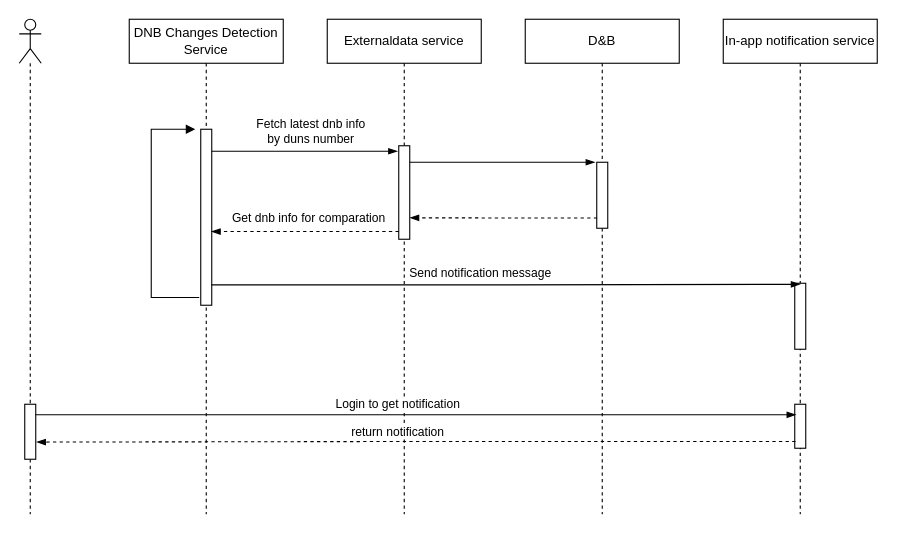
huangshijie/Drawio keeps this draw.io diagram as Untitled Diagram.drawio. Above is the earlier version. Source tidied: cells renumbered, new cells numbered last; positions are measured from the earlier drawing's top-left corner, leaving out a move shared by most shapes. Both pictures are drawn from the tidied source at 110%, with x=0, y=0 at pixel (19, 19).
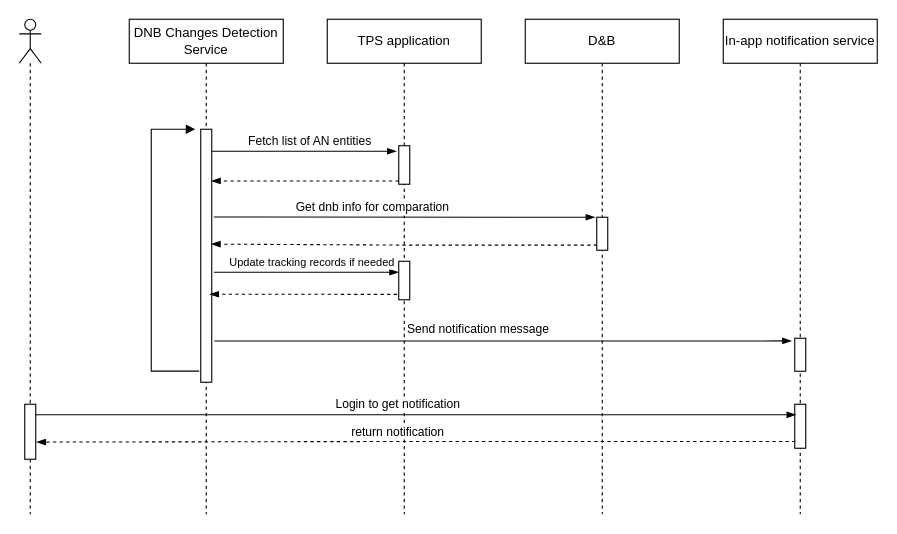
After the change.

Unchanged cells that the change refers to:
```xml
<mxCell id="5" value="&lt;font style=&quot;font-size: 12px;&quot;&gt;DNB Changes Detection Service&lt;/font&gt;" style="shape=umlLifeline;perimeter=lifelinePerimeter;whiteSpace=wrap;html=1;" parent="1" vertex="1">
  <mxGeometry x="100" width="140" height="450" as="geometry" />
</mxCell>
<mxCell id="10" value="D&amp;amp;B" style="shape=umlLifeline;perimeter=lifelinePerimeter;whiteSpace=wrap;html=1;" parent="1" vertex="1">
  <mxGeometry x="460" width="140" height="450" as="geometry" />
</mxCell>
<mxCell id="12" value="In-app notification service" style="shape=umlLifeline;perimeter=lifelinePerimeter;whiteSpace=wrap;html=1;" parent="1" vertex="1">
  <mxGeometry x="640" width="140" height="450" as="geometry" />
</mxCell>
```

Diff of the diagram source:
```diff
@@
-    <mxCell id="2" value="Externaldata service" style="shape=umlLifeline;perimeter=lifelinePerimeter;whiteSpace=wrap;html=1;" parent="1" vertex="1">
+    <mxCell id="2" value="TPS application" style="shape=umlLifeline;perimeter=lifelinePerimeter;whiteSpace=wrap;html=1;" parent="1" vertex="1">
       <mxGeometry x="280" width="140" height="450" as="geometry" />
     </mxCell>
     <mxCell id="3" style="html=1;points=[];perimeter=orthogonalPerimeter;" parent="2" vertex="1">
-      <mxGeometry x="65" y="115" width="10" height="85" as="geometry" />
+      <mxGeometry x="65" y="115" width="10" height="35" as="geometry" />
     </mxCell>
-    <mxCell id="4" style="edgeStyle=elbowEdgeStyle;fontSize=12;html=1;endArrow=blockThin;endFill=1;rounded=0;entryX=-0.151;entryY=0;entryDx=0;entryDy=0;entryPerimeter=0;elbow=vertical;" parent="2" edge="1" target="11">
-      <mxGeometry relative="1" as="geometry">
-        <mxPoint x="75" y="130" as="sourcePoint" />
-      </mxGeometry>
-    </mxCell>
+    <mxCell id="26" style="html=1;perimeter=orthogonalPerimeter;" parent="2" vertex="1">
+      <mxGeometry x="65" y="220" width="10" height="35" as="geometry" />
+    </mxCell>
+    <mxCell id="27" style="edgeStyle=elbowEdgeStyle;fontSize=12;html=1;endArrow=blockThin;endFill=1;rounded=0;elbow=vertical;" parent="2" edge="1">
+      <mxGeometry relative="1" as="geometry">
+        <mxPoint x="-103" y="230" as="sourcePoint" />
+        <mxPoint x="65" y="230" as="targetPoint" />
+      </mxGeometry>
+    </mxCell>
+    <mxCell id="28" value="&lt;font style=&quot;font-size: 10px;&quot;&gt;Update tracking records if needed&lt;/font&gt;" style="edgeLabel;html=1;align=center;verticalAlign=middle;" parent="27" vertex="1">
+      <mxGeometry x="-0.13" y="-1" relative="1" as="geometry">
+        <mxPoint x="15" y="-11" as="offset" />
+      </mxGeometry>
+    </mxCell>
@@
-    <mxCell id="6" style="html=1;points=[];perimeter=orthogonalPerimeter;" parent="5" vertex="1">
-      <mxGeometry x="65" y="100" width="10" height="160" as="geometry" />
-    </mxCell>
     <mxCell id="7" style="edgeStyle=orthogonalEdgeStyle;html=1;align=left;spacingLeft=2;endArrow=block;rounded=0;exitX=-0.138;exitY=0.956;exitDx=0;exitDy=0;exitPerimeter=0;" parent="5" edge="1" source="6">
       <mxGeometry relative="1" as="geometry">
         <mxPoint x="60" y="100" as="targetPoint" />
         <Array as="points">
-          <mxPoint x="20" y="253" />
+          <mxPoint x="20" y="320" />
           <mxPoint x="20" y="100" />
         </Array>
       </mxGeometry>
     </mxCell>
-    <mxCell id="8" style="edgeStyle=elbowEdgeStyle;fontSize=12;html=1;endArrow=blockThin;endFill=1;rounded=0;entryX=-0.1;entryY=0.053;entryDx=0;entryDy=0;entryPerimeter=0;elbow=vertical;" parent="5" edge="1" target="3">
+    <mxCell id="8" style="edgeStyle=elbowEdgeStyle;fontSize=12;html=1;endArrow=blockThin;endFill=1;rounded=0;elbow=vertical;" parent="5" edge="1">
       <mxGeometry relative="1" as="geometry">
         <mxPoint x="75" y="120" as="sourcePoint" />
+        <mxPoint x="243" y="120" as="targetPoint" />
       </mxGeometry>
     </mxCell>
-    <mxCell id="9" value="Fetch latest dnb info &lt;br&gt;by duns number" style="edgeLabel;html=1;align=center;verticalAlign=middle;" parent="8" vertex="1">
+    <mxCell id="9" value="Fetch list of AN entities" style="edgeLabel;html=1;align=center;verticalAlign=middle;" parent="8" vertex="1">
       <mxGeometry x="-0.13" y="-1" relative="1" as="geometry">
-        <mxPoint x="15" y="-20" as="offset" />
+        <mxPoint x="15" y="-11" as="offset" />
       </mxGeometry>
     </mxCell>
+    <mxCell id="6" style="html=1;points=[];perimeter=orthogonalPerimeter;" parent="5" vertex="1">
+      <mxGeometry x="65" y="100" width="10" height="230" as="geometry" />
+    </mxCell>
@@
     <mxCell id="11" style="html=1;points=[];perimeter=orthogonalPerimeter;" parent="10" vertex="1">
-      <mxGeometry x="65" y="130" width="10" height="60" as="geometry" />
+      <mxGeometry x="65" y="180" width="10" height="30" as="geometry" />
     </mxCell>
@@
     <mxCell id="13" style="html=1;points=[];perimeter=orthogonalPerimeter;" parent="12" vertex="1">
-      <mxGeometry x="65" y="240" width="10" height="60" as="geometry" />
+      <mxGeometry x="65" y="290" width="10" height="30" as="geometry" />
     </mxCell>
@@
-    <mxCell id="15" style="edgeStyle=elbowEdgeStyle;fontSize=12;html=1;endArrow=blockThin;endFill=1;rounded=0;exitX=0.033;exitY=0.844;exitDx=0;exitDy=0;exitPerimeter=0;entryX=1.005;entryY=0.771;entryDx=0;entryDy=0;entryPerimeter=0;dashed=1;" parent="1" edge="1" source="11" target="3">
+    <mxCell id="15" style="edgeStyle=elbowEdgeStyle;fontSize=12;html=1;endArrow=blockThin;endFill=1;rounded=0;exitX=0.033;exitY=0.844;exitDx=0;exitDy=0;exitPerimeter=0;dashed=1;entryX=0.951;entryY=0.454;entryDx=0;entryDy=0;entryPerimeter=0;" parent="1" edge="1" source="11" target="6">
       <mxGeometry relative="1" as="geometry" />
     </mxCell>
-    <mxCell id="16" style="edgeStyle=elbowEdgeStyle;fontSize=12;html=1;endArrow=blockThin;endFill=1;rounded=0;exitX=0.005;exitY=0.917;exitDx=0;exitDy=0;exitPerimeter=0;entryX=0.957;entryY=0.583;entryDx=0;entryDy=0;entryPerimeter=0;elbow=vertical;dashed=1;" parent="1" edge="1" source="3" target="6">
-      <mxGeometry relative="1" as="geometry" />
+    <mxCell id="16" style="edgeStyle=elbowEdgeStyle;fontSize=12;html=1;endArrow=blockThin;endFill=1;rounded=0;exitX=0.005;exitY=0.917;exitDx=0;exitDy=0;exitPerimeter=0;elbow=vertical;dashed=1;entryX=0.961;entryY=0.206;entryDx=0;entryDy=0;entryPerimeter=0;" parent="1" edge="1" source="3" target="6">
+      <mxGeometry relative="1" as="geometry">
+        <Array as="points">
+          <mxPoint x="283" y="147" />
+        </Array>
+      </mxGeometry>
     </mxCell>
-    <mxCell id="17" value="Get dnb info for comparation" style="edgeLabel;html=1;align=center;verticalAlign=middle;" parent="16" vertex="1">
-      <mxGeometry x="0.26" y="1" relative="1" as="geometry">
-        <mxPoint x="25" y="-14" as="offset" />
-      </mxGeometry>
-    </mxCell>
-    <mxCell id="18" style="edgeStyle=elbowEdgeStyle;fontSize=12;html=1;endArrow=blockThin;endFill=1;rounded=0;exitX=0.967;exitY=0.884;exitDx=0;exitDy=0;exitPerimeter=0;" parent="1" edge="1" source="6">
-      <mxGeometry relative="1" as="geometry">
-        <mxPoint x="710" y="241" as="targetPoint" />
-      </mxGeometry>
+    <mxCell id="18" style="edgeStyle=elbowEdgeStyle;fontSize=12;html=1;endArrow=blockThin;endFill=1;rounded=0;entryX=-0.287;entryY=0.081;entryDx=0;entryDy=0;entryPerimeter=0;exitX=1.232;exitY=0.837;exitDx=0;exitDy=0;exitPerimeter=0;" parent="1" edge="1" source="6" target="13">
+      <mxGeometry relative="1" as="geometry" />
     </mxCell>
@@
+    <mxCell id="4" style="edgeStyle=elbowEdgeStyle;fontSize=12;html=1;endArrow=blockThin;endFill=1;rounded=0;entryX=-0.151;entryY=0;entryDx=0;entryDy=0;entryPerimeter=0;elbow=vertical;exitX=1.196;exitY=0.347;exitDx=0;exitDy=0;exitPerimeter=0;" parent="1" edge="1" source="6" target="11">
+      <mxGeometry relative="1" as="geometry" />
+    </mxCell>
+    <mxCell id="17" value="&lt;span style=&quot;font-size: 11px;&quot;&gt;Get dnb info for comparation&lt;/span&gt;" style="edgeLabel;html=1;align=center;verticalAlign=middle;fontSize=12;" parent="4" vertex="1">
+      <mxGeometry x="-0.17" relative="1" as="geometry">
+        <mxPoint y="-10" as="offset" />
+      </mxGeometry>
+    </mxCell>
+    <mxCell id="29" style="edgeStyle=elbowEdgeStyle;fontSize=12;html=1;endArrow=blockThin;endFill=1;rounded=0;exitX=0.005;exitY=0.917;exitDx=0;exitDy=0;exitPerimeter=0;elbow=vertical;dashed=1;" parent="1" edge="1">
+      <mxGeometry relative="1" as="geometry">
+        <mxPoint x="343.4" y="250.1" as="sourcePoint" />
+        <mxPoint x="173" y="250" as="targetPoint" />
+        <Array as="points">
+          <mxPoint x="281.4" y="250" />
+        </Array>
+      </mxGeometry>
+    </mxCell>
```
